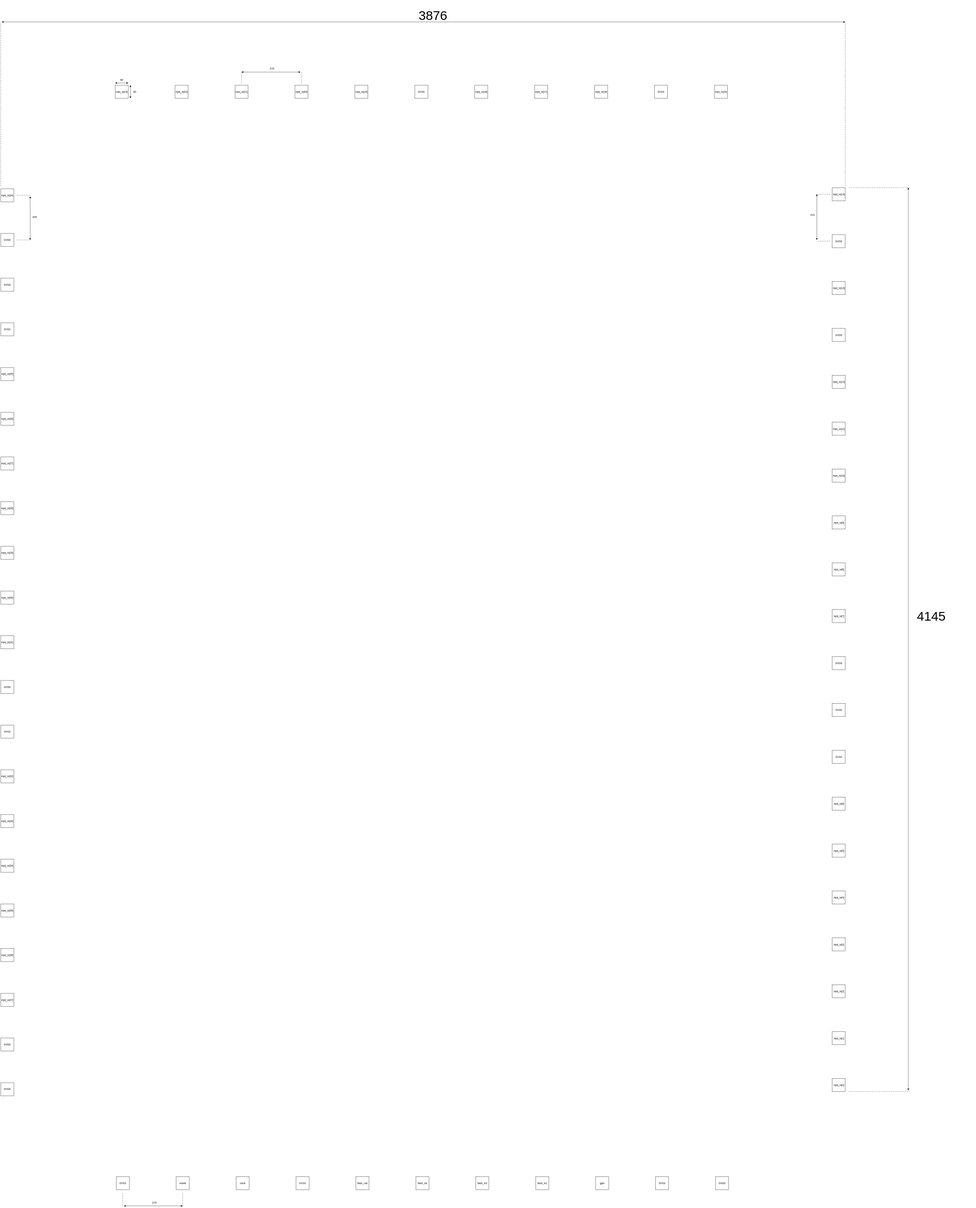
This is Padouts/Caravel/caravel_padout.drawio.svg from AvalonSemiconductors/gf180mcu_cob, a draw.io export, as it was before one commit. Source tidied: cells renumbered, new cells last; positions are measured from the earlier drawing's top-left corner, leaving out a move shared by most shapes.
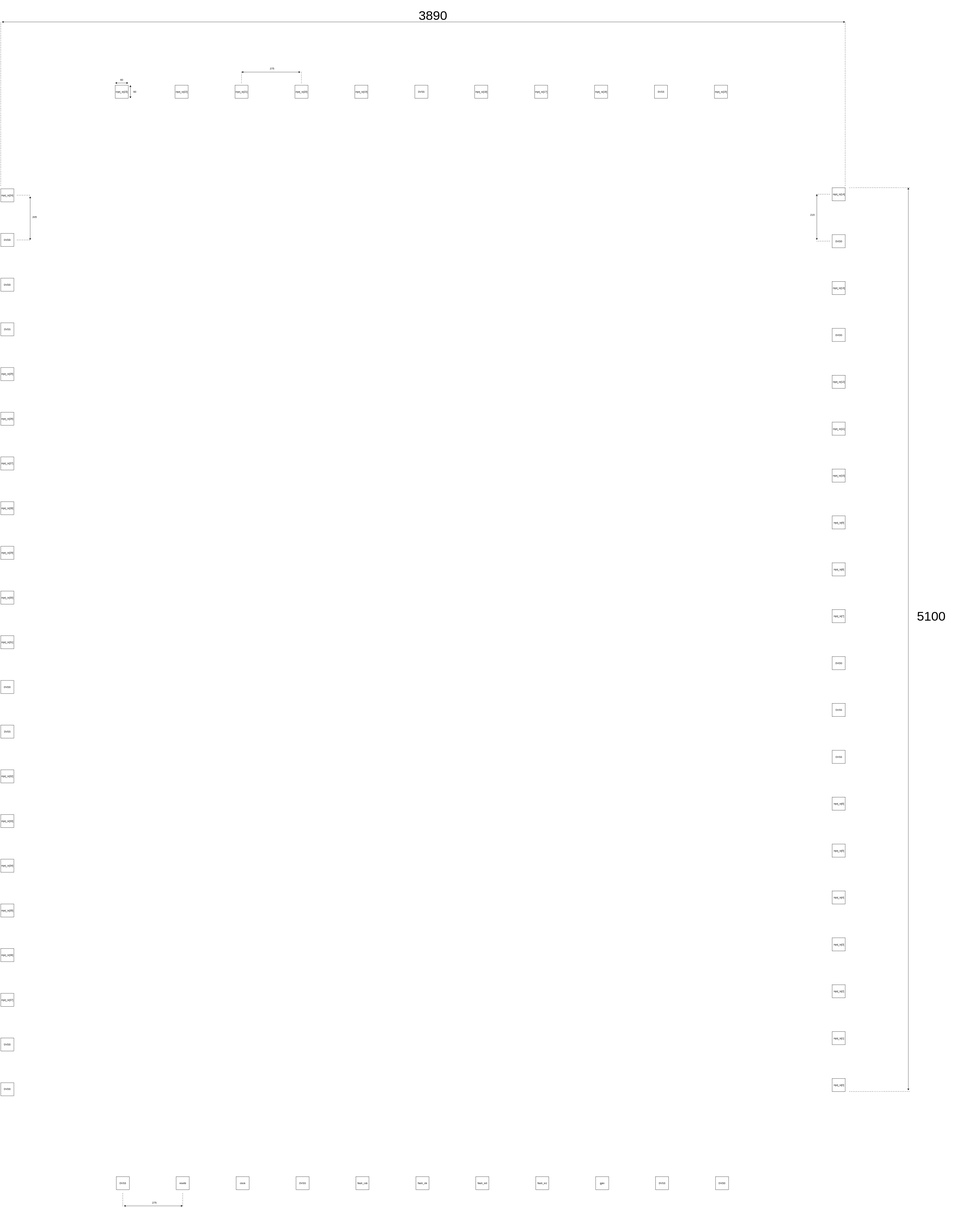
The same diagram one commit later.

Commit message:
Fix caravel padout dimensions

Diff of the diagram source:
```diff
@@ -227,7 +227,7 @@
         <mxPoint x="3875" y="100" as="targetPoint" />
       </mxGeometry>
     </mxCell>
-    <mxCell id="72" value="3876" style="text;html=1;align=center;verticalAlign=middle;whiteSpace=wrap;rounded=0;fontSize=59;" parent="1" vertex="1">
+    <mxCell id="72" value="3890" style="text;html=1;align=center;verticalAlign=middle;whiteSpace=wrap;rounded=0;fontSize=59;" parent="1" vertex="1">
       <mxGeometry x="1778" width="410" height="140" as="geometry" />
     </mxCell>
     <mxCell id="73" style="endArrow=none;dashed=1;html=1;dashPattern=1 3;strokeWidth=2;rounded=0;" parent="1" edge="1">
@@ -332,7 +332,7 @@
         <mxPoint x="4165" y="860" as="targetPoint" />
       </mxGeometry>
     </mxCell>
-    <mxCell id="92" value="4145" style="text;html=1;align=center;verticalAlign=middle;whiteSpace=wrap;rounded=0;fontSize=59;" parent="1" vertex="1">
+    <mxCell id="92" value="5100" style="text;html=1;align=center;verticalAlign=middle;whiteSpace=wrap;rounded=0;fontSize=59;" parent="1" vertex="1">
       <mxGeometry x="4065" y="2755.5" width="410" height="140" as="geometry" />
     </mxCell>
   </root>
```
